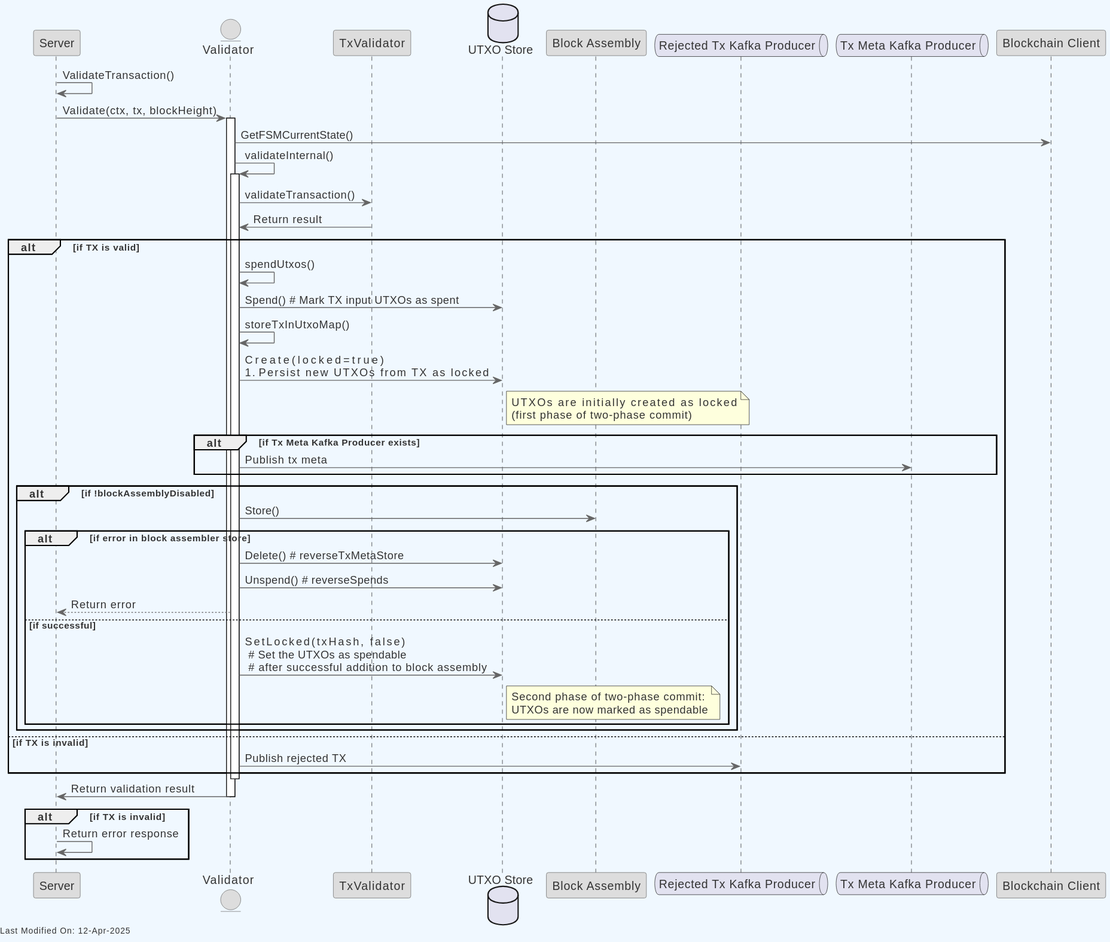
The PlantUML diagram topics/services/img/plantuml/validator/tx_validation_post_process.svg in icellan/teranode, before a commit. Its source is kept beside it as topics/services/img/plantuml/validator/tx_validation_post_process.puml.
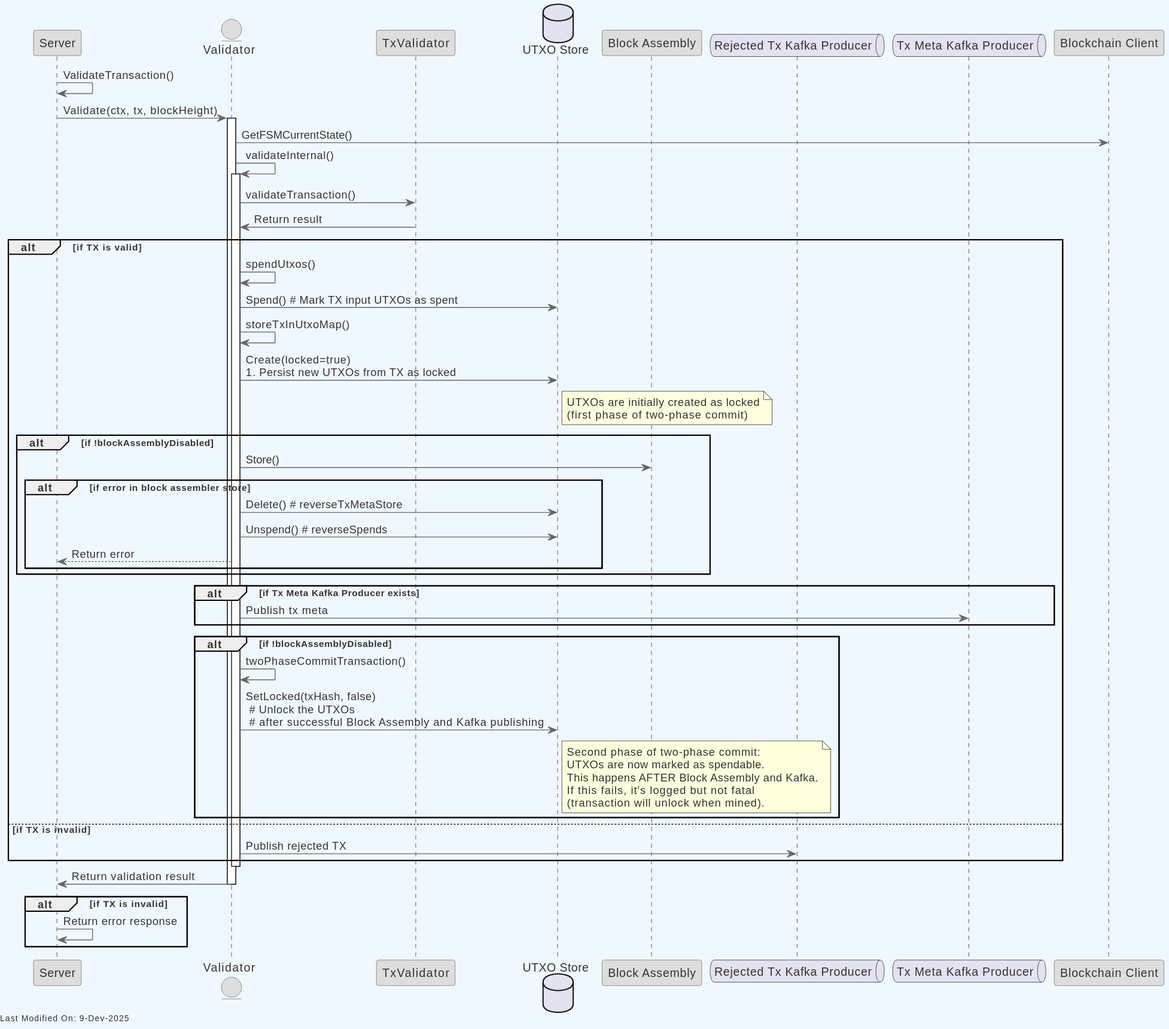
The same file after the commit.

What changed in the source:
```diff
@@ -51,23 +51,29 @@
       (first phase of two-phase commit)
     end note
 
-    alt if Tx Meta Kafka Producer exists
-        Validator -> TxMetaKafka: Publish tx meta
-    end
-
     alt if !blockAssemblyDisabled
         Validator -> BlockAssembly: Store()
         alt if error in block assembler store
             Validator -> UTXOStore: Delete() # reverseTxMetaStore
             Validator -> UTXOStore: Unspend() # reverseSpends
             Validator --> Server: Return error
-        else if successful
-            Validator -> UTXOStore: SetLocked(txHash, false)  \n # Set the UTXOs as locked \n # after successful addition to block assembly
-            note right of UTXOStore
-              Second phase of two-phase commit:
-              UTXOs are now marked as spendable
-            end note
         end
+    end
+
+    alt if Tx Meta Kafka Producer exists
+        Validator -> TxMetaKafka: Publish tx meta
+    end
+
+    alt if !blockAssemblyDisabled
+        Validator -> Validator: twoPhaseCommitTransaction()
+        Validator -> UTXOStore: SetLocked(txHash, false)  \n # Unlock the UTXOs \n # after successful Block Assembly and Kafka publishing
+        note right of UTXOStore
+          Second phase of two-phase commit:
+          UTXOs are now marked as spendable.
+          This happens AFTER Block Assembly and Kafka.
+          If this fails, it's logged but not fatal
+          (transaction will unlock when mined).
+        end note
     end
 
 else if TX is invalid
```
